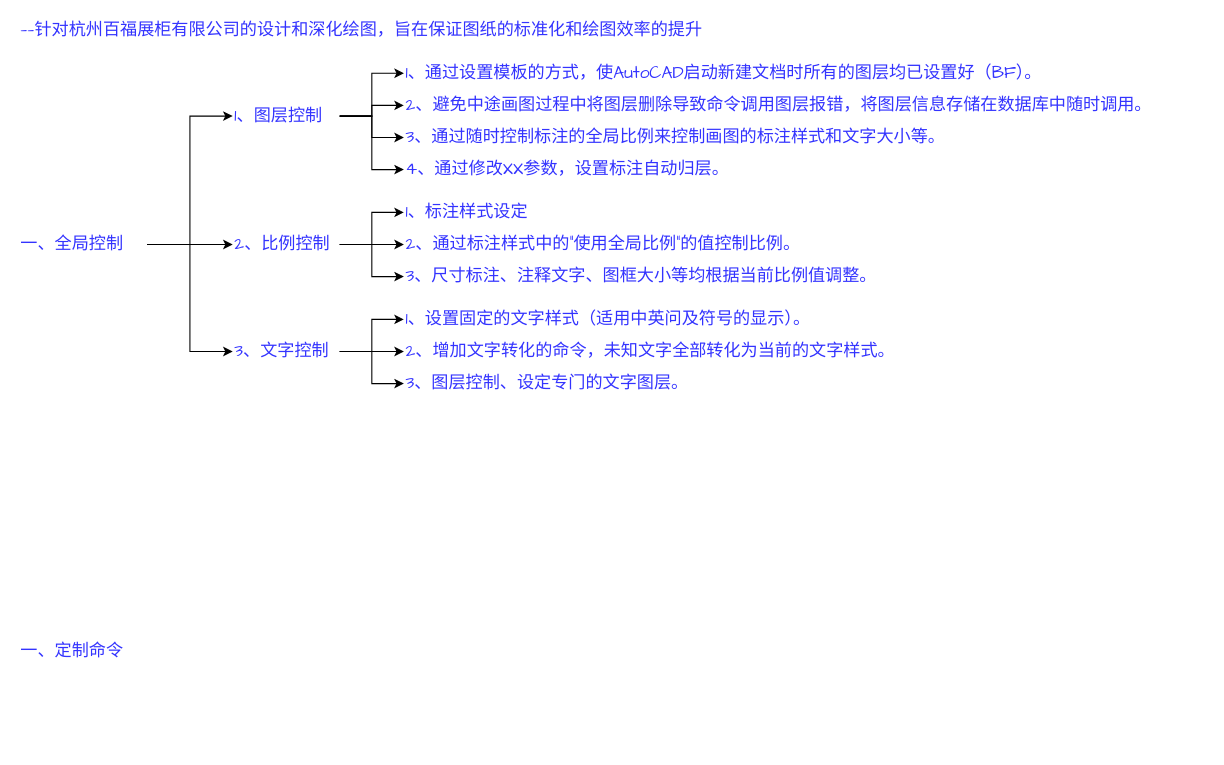
This is page "主轮廓" (1 of 5) of BF_CustomTools/bin/Debug/需求规划文档.drawio from zuiyuewu1102/AidedDraftingTools, a draw.io file, before an edit. Source tidied: cells renumbered, new cells numbered last; positions are measured from the earlier drawing's top-left corner, leaving out a move shared by most shapes. Both pictures are drawn from the tidied source at 107%, with x=0, y=0 at pixel (18, 19).
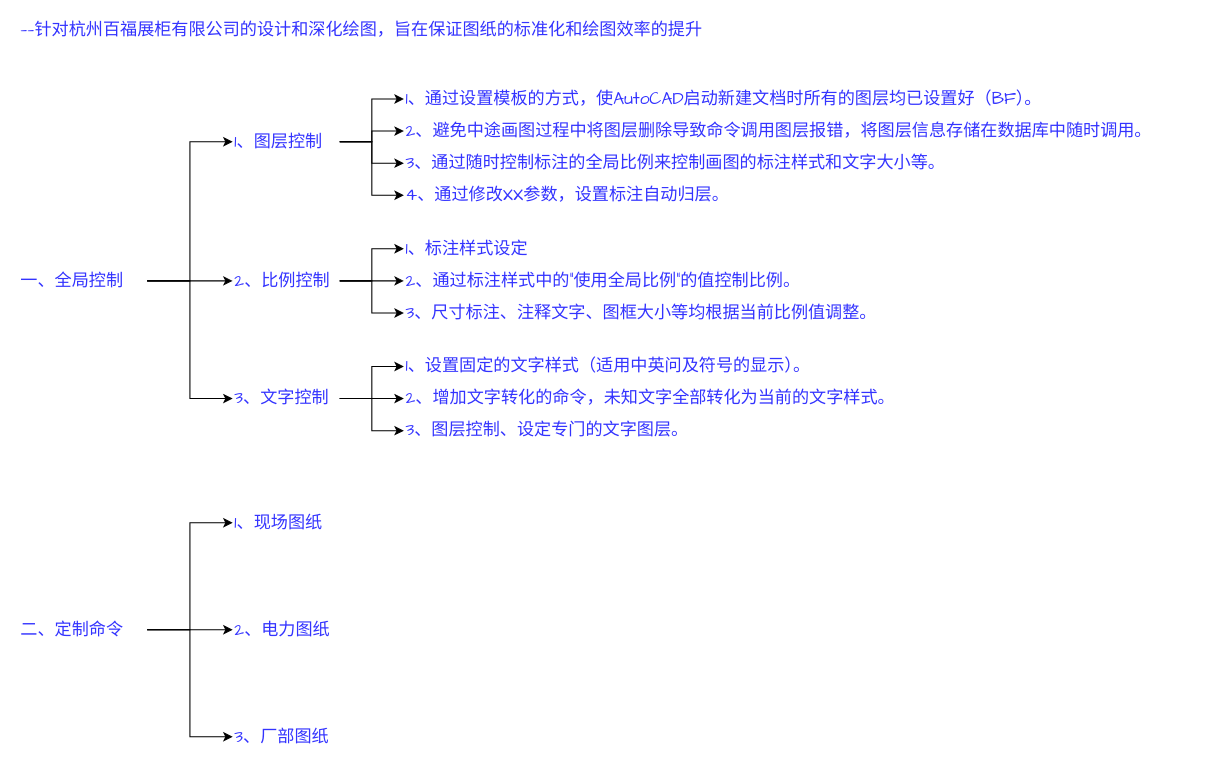
Above is the later version.

Commit message (it also covers changes not shown here):
清除多余的图层操作命令，因为这些操作命令在BasicModule中已有。

Change to the diagram source:
```diff
@@
     <mxCell id="6" value="一、全局控制" style="text;html=1;strokeColor=none;fillColor=none;align=left;verticalAlign=middle;whiteSpace=wrap;rounded=0;fontSize=16;fontFamily=Comic Sans MS;fontColor=#3333FF;" parent="1" vertex="1">
-      <mxGeometry y="200" width="120" height="20" as="geometry" />
+      <mxGeometry y="234" width="120" height="20" as="geometry" />
     </mxCell>
@@
     <mxCell id="11" value="1、图层控制" style="text;html=1;strokeColor=none;fillColor=none;align=left;verticalAlign=middle;whiteSpace=wrap;rounded=0;fontSize=16;fontFamily=Comic Sans MS;fontColor=#3333FF;" parent="1" vertex="1">
-      <mxGeometry x="200" y="80" width="100" height="20" as="geometry" />
+      <mxGeometry x="200" y="104" width="100" height="20" as="geometry" />
     </mxCell>
@@
     <mxCell id="15" value="2、比例控制" style="text;html=1;strokeColor=none;fillColor=none;align=left;verticalAlign=middle;whiteSpace=wrap;rounded=0;fontSize=16;fontFamily=Comic Sans MS;fontColor=#3333FF;" parent="1" vertex="1">
-      <mxGeometry x="200" y="200" width="100" height="20" as="geometry" />
+      <mxGeometry x="200" y="234" width="100" height="20" as="geometry" />
     </mxCell>
@@
     <mxCell id="19" value="3、文字控制" style="text;html=1;strokeColor=none;fillColor=none;align=left;verticalAlign=middle;whiteSpace=wrap;rounded=0;fontSize=16;fontFamily=Comic Sans MS;fontColor=#3333FF;" parent="1" vertex="1">
-      <mxGeometry x="200" y="300" width="100" height="20" as="geometry" />
+      <mxGeometry x="200" y="344" width="100" height="20" as="geometry" />
     </mxCell>
     <mxCell id="20" value="1、通过设置模板的方式，使AutoCAD启动新建文档时所有的图层均已设置好（BF）。" style="text;html=1;strokeColor=none;fillColor=none;align=left;verticalAlign=middle;whiteSpace=wrap;rounded=0;fontSize=16;fontFamily=Comic Sans MS;fontColor=#3333FF;" parent="1" vertex="1">
-      <mxGeometry x="360" y="40" width="750" height="20" as="geometry" />
+      <mxGeometry x="360" y="64" width="750" height="20" as="geometry" />
     </mxCell>
     <mxCell id="21" value="2、避免中途画图过程中将图层删除导致命令调用图层报错，将图层信息存储在数据库中随时调用。" style="text;html=1;strokeColor=none;fillColor=none;align=left;verticalAlign=middle;whiteSpace=wrap;rounded=0;fontSize=16;fontFamily=Comic Sans MS;fontColor=#3333FF;" parent="1" vertex="1">
-      <mxGeometry x="360" y="70" width="700" height="20" as="geometry" />
+      <mxGeometry x="360" y="94" width="700" height="20" as="geometry" />
     </mxCell>
     <mxCell id="22" value="3、通过随时控制标注的全局比例来控制画图的标注样式和文字大小等。" style="text;html=1;strokeColor=none;fillColor=none;align=left;verticalAlign=middle;whiteSpace=wrap;rounded=0;fontSize=16;fontFamily=Comic Sans MS;fontColor=#3333FF;" parent="1" vertex="1">
-      <mxGeometry x="360" y="100" width="700" height="20" as="geometry" />
+      <mxGeometry x="360" y="124" width="700" height="20" as="geometry" />
     </mxCell>
     <mxCell id="23" value="4、通过修改XX参数，设置标注自动归层。" style="text;html=1;strokeColor=none;fillColor=none;align=left;verticalAlign=middle;whiteSpace=wrap;rounded=0;fontSize=16;fontFamily=Comic Sans MS;fontColor=#3333FF;" parent="1" vertex="1">
-      <mxGeometry x="360" y="130" width="700" height="20" as="geometry" />
+      <mxGeometry x="360" y="154" width="700" height="20" as="geometry" />
     </mxCell>
     <mxCell id="24" value="1、标注样式设定" style="text;html=1;strokeColor=none;fillColor=none;align=left;verticalAlign=middle;whiteSpace=wrap;rounded=0;fontSize=16;fontFamily=Comic Sans MS;fontColor=#3333FF;" parent="1" vertex="1">
-      <mxGeometry x="360" y="170" width="700" height="20" as="geometry" />
+      <mxGeometry x="360" y="204" width="700" height="20" as="geometry" />
     </mxCell>
     <mxCell id="25" value="2、通过标注样式中的&quot;使用全局比例&quot;的值控制比例。" style="text;html=1;strokeColor=none;fillColor=none;align=left;verticalAlign=middle;whiteSpace=wrap;rounded=0;fontSize=16;fontFamily=Comic Sans MS;fontColor=#3333FF;" parent="1" vertex="1">
-      <mxGeometry x="360" y="200" width="700" height="20" as="geometry" />
+      <mxGeometry x="360" y="234" width="700" height="20" as="geometry" />
     </mxCell>
     <mxCell id="26" value="3、尺寸标注、注释文字、图框大小等均根据当前比例值调整。" style="text;html=1;strokeColor=none;fillColor=none;align=left;verticalAlign=middle;whiteSpace=wrap;rounded=0;fontSize=16;fontFamily=Comic Sans MS;fontColor=#3333FF;" parent="1" vertex="1">
-      <mxGeometry x="360" y="230" width="700" height="20" as="geometry" />
+      <mxGeometry x="360" y="264" width="700" height="20" as="geometry" />
     </mxCell>
     <mxCell id="27" value="1、设置固定的文字样式（适用中英问及符号的显示）。" style="text;html=1;strokeColor=none;fillColor=none;align=left;verticalAlign=middle;whiteSpace=wrap;rounded=0;fontSize=16;fontFamily=Comic Sans MS;fontColor=#3333FF;" parent="1" vertex="1">
-      <mxGeometry x="360" y="270" width="700" height="20" as="geometry" />
+      <mxGeometry x="360" y="314" width="700" height="20" as="geometry" />
     </mxCell>
     <mxCell id="28" value="2、增加文字转化的命令，未知文字全部转化为当前的文字样式。" style="text;html=1;strokeColor=none;fillColor=none;align=left;verticalAlign=middle;whiteSpace=wrap;rounded=0;fontSize=16;fontFamily=Comic Sans MS;fontColor=#3333FF;" parent="1" vertex="1">
-      <mxGeometry x="360" y="300" width="700" height="20" as="geometry" />
+      <mxGeometry x="360" y="344" width="700" height="20" as="geometry" />
     </mxCell>
     <mxCell id="29" value="3、图层控制、设定专门的文字图层。" style="text;html=1;strokeColor=none;fillColor=none;align=left;verticalAlign=middle;whiteSpace=wrap;rounded=0;fontSize=16;fontFamily=Comic Sans MS;fontColor=#3333FF;" parent="1" vertex="1">
-      <mxGeometry x="360" y="330" width="700" height="20" as="geometry" />
+      <mxGeometry x="360" y="374" width="700" height="20" as="geometry" />
     </mxCell>
+    <mxCell id="31" style="edgeStyle=orthogonalEdgeStyle;rounded=0;jettySize=auto;html=1;entryX=0;entryY=0.5;entryDx=0;entryDy=0;fontFamily=Comic Sans MS;fontSize=16;fontColor=#FF1100;" parent="1" edge="1" source="30" target="34">
+      <mxGeometry relative="1" as="geometry" />
+    </mxCell>
+    <mxCell id="32" style="edgeStyle=orthogonalEdgeStyle;rounded=0;jettySize=auto;html=1;entryX=0;entryY=0.5;entryDx=0;entryDy=0;fontFamily=Comic Sans MS;fontSize=16;fontColor=#FF1100;" parent="1" edge="1" source="30" target="35">
+      <mxGeometry relative="1" as="geometry" />
+    </mxCell>
+    <mxCell id="33" style="edgeStyle=orthogonalEdgeStyle;rounded=0;jettySize=auto;html=1;entryX=0;entryY=0.5;entryDx=0;entryDy=0;fontFamily=Comic Sans MS;fontSize=16;fontColor=#FF1100;" parent="1" edge="1" source="30" target="36">
+      <mxGeometry relative="1" as="geometry" />
+    </mxCell>
-    <mxCell id="30" value="一、定制命令" style="text;html=1;strokeColor=none;fillColor=none;align=left;verticalAlign=middle;whiteSpace=wrap;rounded=0;fontSize=16;fontFamily=Comic Sans MS;fontColor=#3333FF;" parent="1" vertex="1">
-      <mxGeometry y="580" width="120" height="20" as="geometry" />
+    <mxCell id="30" value="二、定制命令" style="text;html=1;strokeColor=none;fillColor=none;align=left;verticalAlign=middle;whiteSpace=wrap;rounded=0;fontSize=16;fontFamily=Comic Sans MS;fontColor=#3333FF;" parent="1" vertex="1">
+      <mxGeometry y="560" width="120" height="20" as="geometry" />
     </mxCell>
+    <mxCell id="34" value="1、现场图纸" style="text;html=1;strokeColor=none;fillColor=none;align=left;verticalAlign=middle;whiteSpace=wrap;rounded=0;fontSize=16;fontFamily=Comic Sans MS;fontColor=#3333FF;" parent="1" vertex="1">
+      <mxGeometry x="200" y="460" width="100" height="20" as="geometry" />
+    </mxCell>
+    <mxCell id="35" value="2、电力图纸" style="text;html=1;strokeColor=none;fillColor=none;align=left;verticalAlign=middle;whiteSpace=wrap;rounded=0;fontSize=16;fontFamily=Comic Sans MS;fontColor=#3333FF;" parent="1" vertex="1">
+      <mxGeometry x="200" y="560" width="100" height="20" as="geometry" />
+    </mxCell>
+    <mxCell id="36" value="3、厂部图纸" style="text;html=1;strokeColor=none;fillColor=none;align=left;verticalAlign=middle;whiteSpace=wrap;rounded=0;fontSize=16;fontFamily=Comic Sans MS;fontColor=#3333FF;" parent="1" vertex="1">
+      <mxGeometry x="200" y="660" width="100" height="20" as="geometry" />
+    </mxCell>
```
